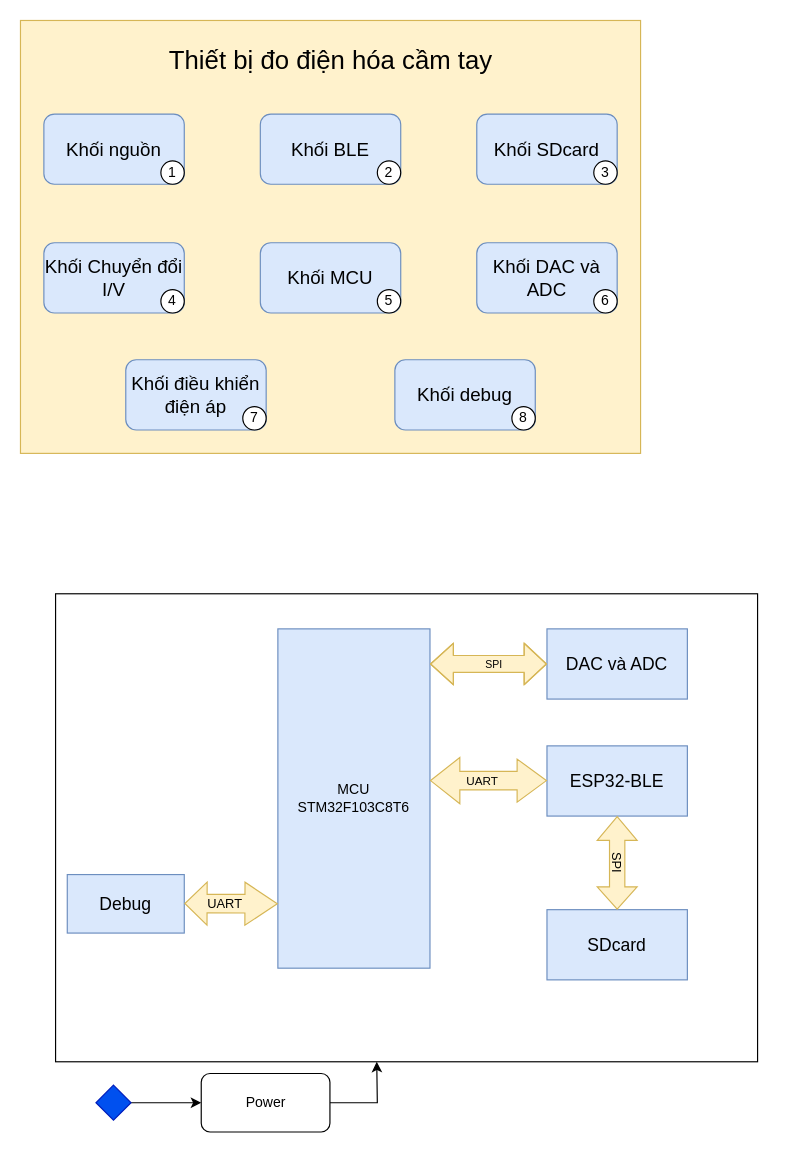
Above: Sơ đồ thiết kế.drawio in truongbui692002/DATN_20232 (draw.io), before the change. Source tidied: cells renumbered, new cells numbered last; positions are measured from the earlier drawing's top-left corner, leaving out a move shared by most shapes. Both pictures are drawn from the tidied source at 117%, with x=0, y=0 at pixel (20, 20).
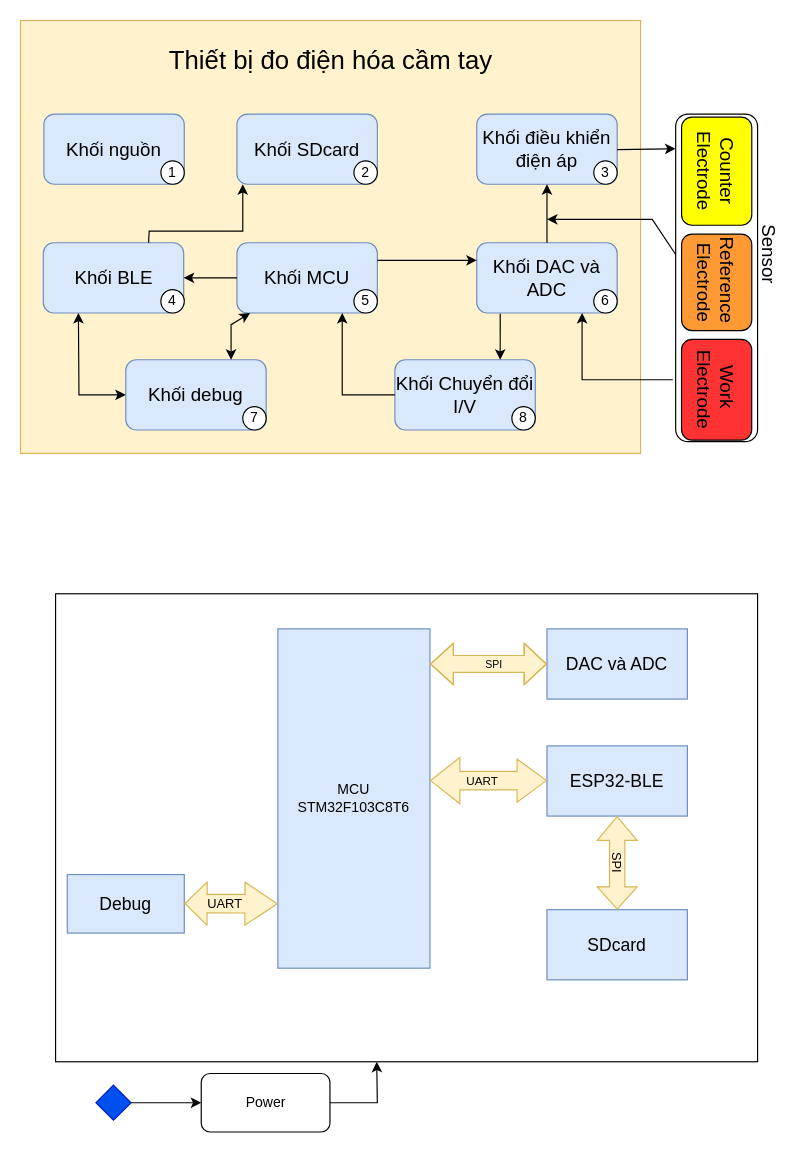
After the change.

Commit message:
Cập nhật Sơ đồ thiết kế.drawio

The change refers to these unchanged cells:
```xml
<mxCell id="8" value="&lt;font style=&quot;font-size: 16px;&quot;&gt;Khối DAC và ADC&lt;/font&gt;" style="rounded=1;whiteSpace=wrap;html=1;fillColor=#dae8fc;strokeColor=#6c8ebf;" parent="1" vertex="1">
  <mxGeometry x="390" y="190" width="120" height="60" as="geometry" />
</mxCell>
```

The edit, as a diff of the source:
```diff
@@
     <mxCell id="4" value="&lt;font style=&quot;font-size: 16px;&quot;&gt;Khối BLE&lt;/font&gt;" style="rounded=1;whiteSpace=wrap;html=1;fillColor=#dae8fc;strokeColor=#6c8ebf;" parent="1" vertex="1">
-      <mxGeometry x="205" y="80" width="120" height="60" as="geometry" />
+      <mxGeometry x="19.5" y="190" width="120" height="60" as="geometry" />
     </mxCell>
     <mxCell id="5" value="&lt;font style=&quot;font-size: 16px;&quot;&gt;Khối SDcard&lt;/font&gt;" style="rounded=1;whiteSpace=wrap;html=1;fillColor=#dae8fc;strokeColor=#6c8ebf;" parent="1" vertex="1">
-      <mxGeometry x="390" y="80" width="120" height="60" as="geometry" />
+      <mxGeometry x="185" y="80" width="120" height="60" as="geometry" />
     </mxCell>
     <mxCell id="6" value="&lt;span style=&quot;font-size: 16px;&quot;&gt;Khối Chuyển đổi I/V&lt;/span&gt;" style="rounded=1;whiteSpace=wrap;html=1;fillColor=#dae8fc;strokeColor=#6c8ebf;" parent="1" vertex="1">
-      <mxGeometry x="20" y="190" width="120" height="60" as="geometry" />
+      <mxGeometry x="320" y="290" width="120" height="60" as="geometry" />
     </mxCell>
     <mxCell id="7" value="&lt;font style=&quot;font-size: 16px;&quot;&gt;Khối MCU&lt;/font&gt;" style="rounded=1;whiteSpace=wrap;html=1;fillColor=#dae8fc;strokeColor=#6c8ebf;" parent="1" vertex="1">
-      <mxGeometry x="205" y="190" width="120" height="60" as="geometry" />
+      <mxGeometry x="185" y="190" width="120" height="60" as="geometry" />
     </mxCell>
@@
     <mxCell id="9" value="&lt;font style=&quot;font-size: 16px;&quot;&gt;Khối điều khiển điện áp&lt;/font&gt;" style="rounded=1;whiteSpace=wrap;html=1;fillColor=#dae8fc;strokeColor=#6c8ebf;" parent="1" vertex="1">
-      <mxGeometry x="90" y="290" width="120" height="60" as="geometry" />
+      <mxGeometry x="390" y="80" width="120" height="60" as="geometry" />
     </mxCell>
     <mxCell id="10" value="&lt;font style=&quot;font-size: 16px;&quot;&gt;Khối debug&lt;/font&gt;" style="rounded=1;whiteSpace=wrap;html=1;fillColor=#dae8fc;strokeColor=#6c8ebf;" parent="1" vertex="1">
-      <mxGeometry x="320" y="290" width="120" height="60" as="geometry" />
+      <mxGeometry x="90" y="290" width="120" height="60" as="geometry" />
     </mxCell>
@@
     <mxCell id="12" value="2" style="ellipse;whiteSpace=wrap;html=1;" parent="1" vertex="1">
-      <mxGeometry x="305" y="120" width="20" height="20" as="geometry" />
+      <mxGeometry x="285" y="120" width="20" height="20" as="geometry" />
     </mxCell>
@@
     <mxCell id="15" value="5" style="ellipse;whiteSpace=wrap;html=1;" parent="1" vertex="1">
-      <mxGeometry x="305" y="230" width="20" height="20" as="geometry" />
+      <mxGeometry x="285" y="230" width="20" height="20" as="geometry" />
     </mxCell>
@@
+    <mxCell id="38" style="rounded=1;whiteSpace=wrap;html=1;rotation=90;" parent="1" vertex="1">
+      <mxGeometry x="455" y="185" width="280" height="70" as="geometry" />
+    </mxCell>
+    <mxCell id="39" value="&lt;font style=&quot;font-size: 16px;&quot;&gt;Sensor&lt;/font&gt;" style="text;html=1;align=center;verticalAlign=middle;whiteSpace=wrap;rounded=0;rotation=90;" parent="1" vertex="1">
+      <mxGeometry x="610" y="185" width="60" height="30" as="geometry" />
+    </mxCell>
+    <mxCell id="40" style="endArrow=classic;html=1;rounded=0;entryX=1;entryY=0.5;entryDx=0;entryDy=0;exitX=0;exitY=0.5;exitDx=0;exitDy=0;" parent="1" edge="1" source="7" target="4">
+      <mxGeometry relative="1" as="geometry" />
+    </mxCell>
+    <mxCell id="41" style="endArrow=classic;html=1;rounded=0;exitX=0.75;exitY=0;exitDx=0;exitDy=0;entryX=0;entryY=1;entryDx=0;entryDy=0;" parent="1" edge="1" source="4">
+      <mxGeometry relative="1" as="geometry">
+        <mxPoint x="190" y="140" as="targetPoint" />
+        <Array as="points">
+          <mxPoint x="110" y="180" />
+          <mxPoint x="190" y="180" />
+        </Array>
+      </mxGeometry>
+    </mxCell>
+    <mxCell id="42" style="endArrow=classic;html=1;rounded=0;exitX=1;exitY=0.25;exitDx=0;exitDy=0;entryX=0;entryY=0.25;entryDx=0;entryDy=0;" parent="1" edge="1" source="7" target="8">
+      <mxGeometry relative="1" as="geometry" />
+    </mxCell>
+    <mxCell id="43" style="endArrow=classic;html=1;rounded=0;entryX=0.5;entryY=1;entryDx=0;entryDy=0;exitX=0.5;exitY=0;exitDx=0;exitDy=0;" parent="1" edge="1" source="8" target="9">
+      <mxGeometry relative="1" as="geometry" />
+    </mxCell>
+    <mxCell id="44" style="rounded=1;whiteSpace=wrap;html=1;rotation=90;fillColor=#FFFF00;" parent="1" vertex="1">
+      <mxGeometry x="548.8" y="98.8" width="92.5" height="60" as="geometry" />
+    </mxCell>
+    <mxCell id="45" style="rounded=1;whiteSpace=wrap;html=1;rotation=90;fillColor=#FF9933;" parent="1" vertex="1">
+      <mxGeometry x="553.8" y="193.8" width="82.5" height="60" as="geometry" />
+    </mxCell>
+    <mxCell id="46" style="rounded=1;whiteSpace=wrap;html=1;rotation=90;fillColor=#FF3333;" parent="1" vertex="1">
+      <mxGeometry x="551.9" y="285.6" width="86.2" height="60" as="geometry" />
+    </mxCell>
+    <mxCell id="47" value="&lt;font style=&quot;font-size: 16px;&quot;&gt;Counter Electrode&lt;/font&gt;" style="text;html=1;align=center;verticalAlign=middle;whiteSpace=wrap;rounded=0;rotation=90;" parent="1" vertex="1">
+      <mxGeometry x="561.2" y="113.8" width="67.5" height="30" as="geometry" />
+    </mxCell>
+    <mxCell id="48" value="&lt;span style=&quot;font-size: 16px;&quot;&gt;Reference&amp;nbsp;&lt;/span&gt;&lt;div&gt;&lt;span style=&quot;font-size: 16px;&quot;&gt;Electrode&lt;/span&gt;&lt;/div&gt;" style="text;html=1;align=center;verticalAlign=middle;whiteSpace=wrap;rounded=0;rotation=90;" parent="1" vertex="1">
+      <mxGeometry x="557.7" y="208.8" width="74.5" height="30" as="geometry" />
+    </mxCell>
+    <mxCell id="49" value="&lt;span style=&quot;font-size: 16px;&quot;&gt;Work&amp;nbsp;&lt;/span&gt;&lt;div&gt;&lt;span style=&quot;font-size: 16px;&quot;&gt;Electrode&lt;/span&gt;&lt;/div&gt;" style="text;html=1;align=center;verticalAlign=middle;whiteSpace=wrap;rounded=0;rotation=90;" parent="1" vertex="1">
+      <mxGeometry x="561.2" y="300.6" width="67.5" height="30" as="geometry" />
+    </mxCell>
+    <mxCell id="50" style="endArrow=classic;html=1;rounded=0;entryX=0.123;entryY=1.002;entryDx=0;entryDy=0;entryPerimeter=0;exitX=1;exitY=0.5;exitDx=0;exitDy=0;" parent="1" edge="1">
+      <mxGeometry relative="1" as="geometry">
+        <mxPoint x="510" y="110.4" as="sourcePoint" />
+        <mxPoint x="559.9" y="109.6" as="targetPoint" />
+      </mxGeometry>
+    </mxCell>
+    <mxCell id="51" style="endArrow=classic;html=1;rounded=0;" parent="1" edge="1">
+      <mxGeometry relative="1" as="geometry">
+        <mxPoint x="560" y="200" as="sourcePoint" />
+        <mxPoint x="450" y="170" as="targetPoint" />
+        <Array as="points">
+          <mxPoint x="540" y="170" />
+        </Array>
+      </mxGeometry>
+    </mxCell>
+    <mxCell id="52" style="endArrow=classic;html=1;rounded=0;entryX=0.75;entryY=1;entryDx=0;entryDy=0;exitX=0.811;exitY=1.035;exitDx=0;exitDy=0;exitPerimeter=0;" parent="1" edge="1" source="38" target="8">
+      <mxGeometry relative="1" as="geometry">
+        <Array as="points">
+          <mxPoint x="480" y="307" />
+        </Array>
+      </mxGeometry>
+    </mxCell>
+    <mxCell id="53" style="endArrow=classic;html=1;rounded=0;entryX=0.75;entryY=0;entryDx=0;entryDy=0;exitX=0.167;exitY=1.011;exitDx=0;exitDy=0;exitPerimeter=0;" parent="1" edge="1" source="8" target="6">
+      <mxGeometry relative="1" as="geometry" />
+    </mxCell>
+    <mxCell id="54" style="endArrow=classic;html=1;rounded=0;exitX=0;exitY=0.5;exitDx=0;exitDy=0;entryX=0.75;entryY=1;entryDx=0;entryDy=0;" parent="1" edge="1" source="6" target="7">
+      <mxGeometry relative="1" as="geometry">
+        <Array as="points">
+          <mxPoint x="275" y="320" />
+        </Array>
+      </mxGeometry>
+    </mxCell>
+    <mxCell id="55" style="endArrow=classic;startArrow=classic;html=1;rounded=0;exitX=0.75;exitY=0;exitDx=0;exitDy=0;" parent="1" edge="1" source="10" target="7">
+      <mxGeometry relative="1" as="geometry">
+        <Array as="points">
+          <mxPoint x="180" y="260" />
+        </Array>
+      </mxGeometry>
+    </mxCell>
+    <mxCell id="56" style="endArrow=classic;startArrow=classic;html=1;rounded=0;exitX=0;exitY=0.5;exitDx=0;exitDy=0;entryX=0.25;entryY=1;entryDx=0;entryDy=0;" parent="1" edge="1" source="10" target="4">
+      <mxGeometry relative="1" as="geometry">
+        <Array as="points">
+          <mxPoint x="50" y="320" />
+        </Array>
+      </mxGeometry>
+    </mxCell>
```
